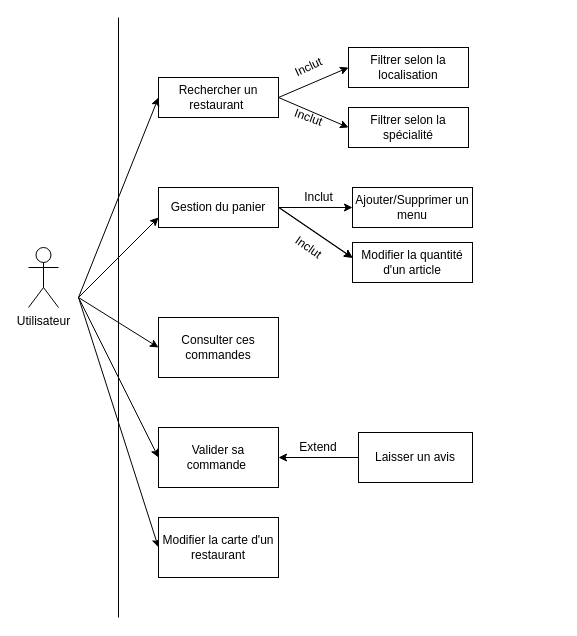
Before: diagramme_utilisation_utilisateur.drawio in TheAIWizard/Ensaeats, a draw.io diagram. Source tidied: cells renumbered, new cells numbered last; positions are measured from the earlier drawing's top-left corner, leaving out a move shared by most shapes. Both pictures are drawn from the tidied source at 100%, with x=0, y=0 at pixel (28, 17).
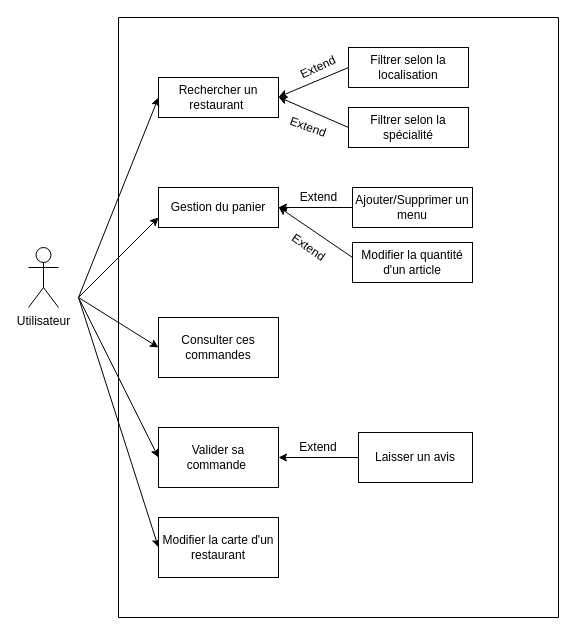
Above is the later version.

Commit message (it also covers changes not shown here):
modif diagramme

Unchanged cells that the change refers to:
```xml
<mxCell id="8" value="Filtrer selon la localisation" style="rounded=0;whiteSpace=wrap;html=1;" parent="1" vertex="1">
  <mxGeometry x="320" y="30" width="120" height="40" as="geometry" />
</mxCell>
<mxCell id="10" value="Filtrer selon la spécialité" style="rounded=0;whiteSpace=wrap;html=1;" parent="1" vertex="1">
  <mxGeometry x="320" y="90" width="120" height="40" as="geometry" />
</mxCell>
<mxCell id="16" value="Ajouter/Supprimer un menu" style="rounded=0;whiteSpace=wrap;html=1;" parent="1" vertex="1">
  <mxGeometry x="324" y="170" width="120" height="40" as="geometry" />
</mxCell>
```

Change to the diagram source:
```diff
@@
-    <mxCell id="7" style="endArrow=classic;html=1;entryX=0;entryY=0.5;entryDx=0;entryDy=0;" parent="1" edge="1" target="8">
-      <mxGeometry relative="1" as="geometry">
-        <mxPoint x="250" y="80" as="sourcePoint" />
-      </mxGeometry>
-    </mxCell>
@@
-    <mxCell id="9" style="endArrow=classic;html=1;entryX=0;entryY=0.5;entryDx=0;entryDy=0;" parent="1" edge="1" target="10">
-      <mxGeometry relative="1" as="geometry">
-        <mxPoint x="250" y="80" as="sourcePoint" />
-      </mxGeometry>
-    </mxCell>
@@
-    <mxCell id="11" value="Inclut" style="text;html=1;align=center;verticalAlign=middle;strokeColor=none;rotation=-25;" parent="1" vertex="1">
-      <mxGeometry x="260" y="40" width="40" height="20" as="geometry" />
-    </mxCell>
-    <mxCell id="12" value="Inclut" style="text;html=1;align=center;verticalAlign=middle;strokeColor=none;rotation=20;" parent="1" vertex="1">
-      <mxGeometry x="260" y="90" width="40" height="20" as="geometry" />
-    </mxCell>
@@
-    <mxCell id="15" style="endArrow=classic;html=1;entryX=0;entryY=0.5;entryDx=0;entryDy=0;" parent="1" edge="1" target="16">
+    <mxCell id="15" style="endArrow=none;html=1;entryX=0;entryY=0.5;entryDx=0;entryDy=0;endFill=0;startArrow=classic;startFill=1;" parent="1" edge="1" target="16">
       <mxGeometry relative="1" as="geometry">
         <mxPoint x="250" y="190" as="sourcePoint" />
       </mxGeometry>
     </mxCell>
@@
-    <mxCell id="17" style="endArrow=classic;html=1;" parent="1" edge="1">
+    <mxCell id="17" style="endArrow=none;html=1;startArrow=classic;startFill=1;endFill=0;" parent="1" edge="1">
       <mxGeometry relative="1" as="geometry">
         <mxPoint x="250" y="189.5" as="sourcePoint" />
         <mxPoint x="324" y="240" as="targetPoint" />
       </mxGeometry>
     </mxCell>
@@
-    <mxCell id="19" style="endArrow=classic;html=1;" parent="1" edge="1">
-      <mxGeometry relative="1" as="geometry">
-        <mxPoint x="250" y="190" as="sourcePoint" />
-        <mxPoint x="324" y="240.5" as="targetPoint" />
-      </mxGeometry>
-    </mxCell>
-    <mxCell id="20" value="Inclut" style="text;html=1;align=center;verticalAlign=middle;strokeColor=none;rotation=0;" parent="1" vertex="1">
-      <mxGeometry x="270" y="170" width="40" height="20" as="geometry" />
+    <mxCell id="20" value="Extend" style="text;html=1;align=center;verticalAlign=middle;strokeColor=none;rotation=0;" parent="1" vertex="1">
+      <mxGeometry x="265" y="170" width="50" height="20" as="geometry" />
     </mxCell>
-    <mxCell id="21" value="Inclut" style="text;html=1;align=center;verticalAlign=middle;strokeColor=none;rotation=35;" parent="1" vertex="1">
-      <mxGeometry x="260" y="220" width="40" height="20" as="geometry" />
+    <mxCell id="21" value="Extend" style="text;html=1;align=center;verticalAlign=middle;strokeColor=none;rotation=35;" parent="1" vertex="1">
+      <mxGeometry x="255" y="220" width="50" height="20" as="geometry" />
     </mxCell>
@@
+    <mxCell id="30" style="endArrow=classic;html=1;entryX=1;entryY=0.5;entryDx=0;entryDy=0;exitX=0;exitY=0.5;exitDx=0;exitDy=0;" parent="1" edge="1" source="8">
+      <mxGeometry relative="1" as="geometry">
+        <mxPoint x="250" y="79.5" as="targetPoint" />
+      </mxGeometry>
+    </mxCell>
+    <mxCell id="31" style="endArrow=classic;html=1;entryX=1;entryY=0.5;entryDx=0;entryDy=0;exitX=0;exitY=0.5;exitDx=0;exitDy=0;" parent="1" edge="1" source="10">
+      <mxGeometry relative="1" as="geometry">
+        <mxPoint x="250" y="79.5" as="targetPoint" />
+      </mxGeometry>
+    </mxCell>
+    <mxCell id="32" value="Extend" style="text;html=1;strokeColor=none;fillColor=none;align=center;verticalAlign=middle;whiteSpace=wrap;rounded=0;rotation=-25;" parent="1" vertex="1">
+      <mxGeometry x="270" y="40" width="40" height="20" as="geometry" />
+    </mxCell>
+    <mxCell id="33" value="Extend" style="text;html=1;strokeColor=none;fillColor=none;align=center;verticalAlign=middle;whiteSpace=wrap;rounded=0;rotation=20;" parent="1" vertex="1">
+      <mxGeometry x="260" y="100" width="40" height="20" as="geometry" />
+    </mxCell>
+    <mxCell id="34" style="endArrow=none;html=1;" parent="1" edge="1">
+      <mxGeometry relative="1" as="geometry">
+        <mxPoint x="530" y="600" as="sourcePoint" />
+        <mxPoint x="530" as="targetPoint" />
+      </mxGeometry>
+    </mxCell>
+    <mxCell id="35" style="endArrow=none;html=1;" parent="1" edge="1">
+      <mxGeometry relative="1" as="geometry">
+        <mxPoint x="90" y="600" as="sourcePoint" />
+        <mxPoint x="530" y="600" as="targetPoint" />
+      </mxGeometry>
+    </mxCell>
+    <mxCell id="36" style="endArrow=none;html=1;" parent="1" edge="1">
+      <mxGeometry relative="1" as="geometry">
+        <mxPoint x="90" as="sourcePoint" />
+        <mxPoint x="530" as="targetPoint" />
+      </mxGeometry>
+    </mxCell>
```
